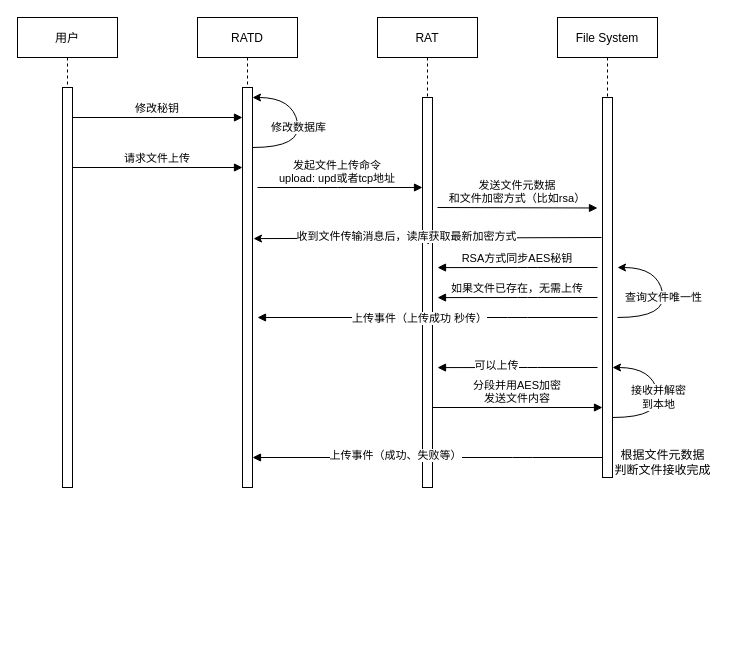
Above: draw/work/文件系统.drawio in HeisenbergV/node (draw.io), before the change. Source tidied: cells renumbered, new cells numbered last; positions are measured from the earlier drawing's top-left corner, leaving out a move shared by most shapes. Both pictures are drawn from the tidied source at 100%, with x=0, y=0 at pixel (17, 17).
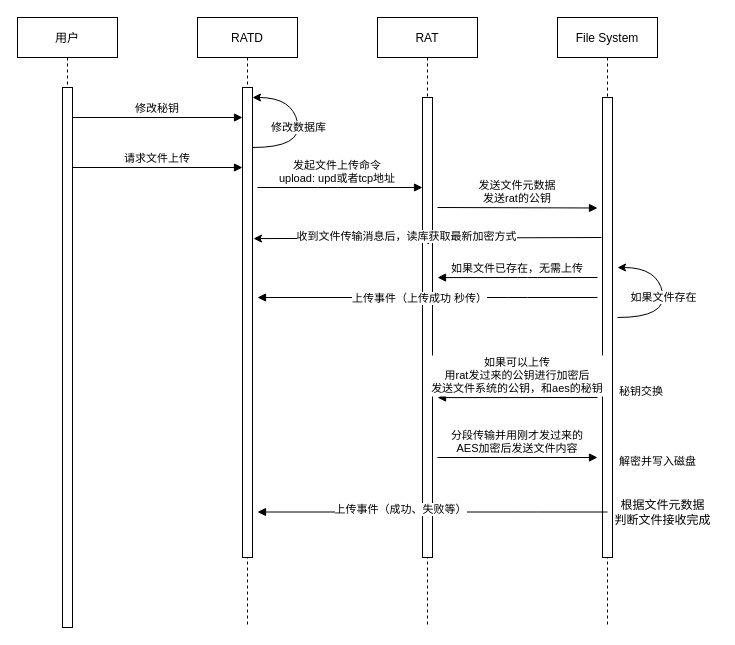
The same diagram, later.

Diff of the diagram source:
```diff
@@
-<mxGraphModel>
+<mxGraphModel background="#ffffff">
@@
     <mxCell id="2" value="RATD" style="shape=umlLifeline;perimeter=lifelinePerimeter;rounded=0;shadow=0;strokeWidth=1;" parent="1" vertex="1">
-      <mxGeometry x="180" width="100" height="470" as="geometry" />
+      <mxGeometry x="180" width="100" height="610" as="geometry" />
     </mxCell>
     <mxCell id="3" style="perimeter=orthogonalPerimeter;rounded=0;shadow=0;strokeWidth=1;" parent="2" vertex="1">
-      <mxGeometry x="45" y="70" width="10" height="400" as="geometry" />
+      <mxGeometry x="45" y="70" width="10" height="470" as="geometry" />
     </mxCell>
     <mxCell id="4" value="File System" style="shape=umlLifeline;perimeter=lifelinePerimeter;rounded=0;shadow=0;strokeWidth=1;" parent="1" vertex="1">
-      <mxGeometry x="540" width="100" height="460" as="geometry" />
+      <mxGeometry x="540" width="100" height="610" as="geometry" />
     </mxCell>
     <mxCell id="5" style="perimeter=orthogonalPerimeter;rounded=0;shadow=0;strokeWidth=1;" parent="4" vertex="1">
-      <mxGeometry x="45" y="80" width="10" height="380" as="geometry" />
+      <mxGeometry x="45" y="80" width="10" height="460" as="geometry" />
     </mxCell>
     <mxCell id="6" value="用户" style="shape=umlLifeline;perimeter=lifelinePerimeter;rounded=0;shadow=0;strokeWidth=1;" parent="1" vertex="1">
-      <mxGeometry width="100" height="470" as="geometry" />
+      <mxGeometry width="100" height="610" as="geometry" />
     </mxCell>
     <mxCell id="7" style="perimeter=orthogonalPerimeter;rounded=0;shadow=0;strokeWidth=1;" parent="6" vertex="1">
-      <mxGeometry x="45" y="70" width="10" height="400" as="geometry" />
+      <mxGeometry x="45" y="70" width="10" height="540" as="geometry" />
     </mxCell>
@@
     <mxCell id="10" value="RAT" style="shape=umlLifeline;perimeter=lifelinePerimeter;rounded=0;shadow=0;strokeWidth=1;" parent="1" vertex="1">
-      <mxGeometry x="360" width="100" height="470" as="geometry" />
+      <mxGeometry x="360" width="100" height="610" as="geometry" />
     </mxCell>
     <mxCell id="11" style="perimeter=orthogonalPerimeter;rounded=0;shadow=0;strokeWidth=1;" parent="10" vertex="1">
-      <mxGeometry x="45" y="80" width="10" height="390" as="geometry" />
+      <mxGeometry x="45" y="80" width="10" height="460" as="geometry" />
     </mxCell>
@@
-    <mxCell id="14" value="发送文件元数据&#10;和文件加密方式（比如rsa）" style="verticalAlign=bottom;endArrow=block;shadow=0;strokeWidth=1;" parent="1" edge="1">
+    <mxCell id="14" value="发送文件元数据&#10;发送rat的公钥" style="verticalAlign=bottom;endArrow=block;shadow=0;strokeWidth=1;" parent="1" edge="1">
       <mxGeometry relative="1" as="geometry">
         <mxPoint x="420" y="190" as="sourcePoint" />
         <mxPoint x="580" y="190.5" as="targetPoint" />
       </mxGeometry>
     </mxCell>
-    <mxCell id="15" value="查询文件唯一性" style="curved=1;endArrow=classic;html=1;" parent="1" edge="1">
+    <mxCell id="15" value="如果文件存在" style="curved=1;endArrow=classic;html=1;" parent="1" edge="1">
       <mxGeometry relative="1" as="geometry">
         <mxPoint x="600" y="300" as="sourcePoint" />
         <mxPoint x="600" y="250" as="targetPoint" />
         <Array as="points">
           <mxPoint x="650" y="300" />
           <mxPoint x="640" y="250" />
           <mxPoint x="600" y="250" />
         </Array>
       </mxGeometry>
     </mxCell>
     <mxCell id="16" value="如果文件已存在，无需上传" style="verticalAlign=bottom;endArrow=block;entryX=1;entryY=0.474;shadow=0;strokeWidth=1;entryDx=0;entryDy=0;entryPerimeter=0;" parent="1" edge="1">
       <mxGeometry relative="1" as="geometry">
-        <mxPoint x="580" y="280" as="sourcePoint" />
-        <mxPoint x="420" y="280.1" as="targetPoint" />
+        <mxPoint x="580" y="260" as="sourcePoint" />
+        <mxPoint x="420" y="260.1" as="targetPoint" />
         <Array as="points">
-          <mxPoint x="510" y="280" />
+          <mxPoint x="510" y="260" />
         </Array>
       </mxGeometry>
     </mxCell>
-    <mxCell id="17" value="分段并用AES加密&#10;发送文件内容" style="verticalAlign=bottom;endArrow=block;entryX=0;entryY=0;shadow=0;strokeWidth=1;" parent="1" edge="1">
+    <mxCell id="17" value="分段传输并用刚才发过来的&#10;AES加密后发送文件内容" style="verticalAlign=bottom;endArrow=block;entryX=0;entryY=0;shadow=0;strokeWidth=1;" parent="1" edge="1">
       <mxGeometry relative="1" as="geometry">
-        <mxPoint x="415" y="390" as="sourcePoint" />
-        <mxPoint x="585" y="390" as="targetPoint" />
+        <mxPoint x="420" y="440" as="sourcePoint" />
+        <mxPoint x="580" y="440" as="targetPoint" />
       </mxGeometry>
     </mxCell>
-    <mxCell id="18" value="接收并解密&lt;br&gt;到本地" style="curved=1;endArrow=classic;html=1;" parent="1" edge="1">
-      <mxGeometry relative="1" as="geometry">
-        <mxPoint x="595" y="400" as="sourcePoint" />
-        <mxPoint x="595" y="350" as="targetPoint" />
-        <Array as="points">
-          <mxPoint x="645" y="400" />
-          <mxPoint x="635" y="350" />
-          <mxPoint x="595" y="350" />
-        </Array>
-      </mxGeometry>
-    </mxCell>
     <mxCell id="19" value="根据文件元数据&lt;br&gt;判断文件接收完成" style="text;html=1;align=center;verticalAlign=middle;strokeColor=none;" parent="1" vertex="1">
-      <mxGeometry x="590" y="430" width="110" height="30" as="geometry" />
+      <mxGeometry x="590" y="480" width="110" height="30" as="geometry" />
     </mxCell>
     <mxCell id="20" style="verticalAlign=bottom;endArrow=block;shadow=0;strokeWidth=1;" parent="1" edge="1">
       <mxGeometry relative="1" as="geometry">
-        <mxPoint x="585" y="440" as="sourcePoint" />
-        <mxPoint x="235" y="440" as="targetPoint" />
+        <mxPoint x="590" y="494.5" as="sourcePoint" />
+        <mxPoint x="240" y="494.5" as="targetPoint" />
         <Array as="points">
-          <mxPoint x="505" y="440" />
+          <mxPoint x="510" y="494.5" />
         </Array>
       </mxGeometry>
     </mxCell>
@@
     <mxCell id="24" style="verticalAlign=bottom;endArrow=block;shadow=0;strokeWidth=1;" parent="1" edge="1">
       <mxGeometry relative="1" as="geometry">
-        <mxPoint x="580" y="300" as="sourcePoint" />
-        <mxPoint x="240" y="300" as="targetPoint" />
+        <mxPoint x="580" y="280" as="sourcePoint" />
+        <mxPoint x="240" y="280" as="targetPoint" />
         <Array as="points">
-          <mxPoint x="500" y="300" />
+          <mxPoint x="500" y="280" />
         </Array>
       </mxGeometry>
     </mxCell>
@@
-    <mxCell id="26" style="verticalAlign=bottom;endArrow=block;entryX=1;entryY=0.474;shadow=0;strokeWidth=1;entryDx=0;entryDy=0;entryPerimeter=0;" parent="1" edge="1">
-      <mxGeometry relative="1" as="geometry">
-        <mxPoint x="580" y="350" as="sourcePoint" />
-        <mxPoint x="420" y="350.1" as="targetPoint" />
-        <Array as="points">
-          <mxPoint x="510" y="350" />
-        </Array>
-      </mxGeometry>
-    </mxCell>
-    <mxCell id="27" value="可以上传" style="edgeLabel;html=1;align=center;verticalAlign=middle;" parent="26" vertex="1">
-      <mxGeometry x="0.26" y="-3" relative="1" as="geometry" />
-    </mxCell>
-    <mxCell id="28" value="RSA方式同步AES秘钥" style="verticalAlign=bottom;endArrow=block;entryX=1;entryY=0.474;shadow=0;strokeWidth=1;entryDx=0;entryDy=0;entryPerimeter=0;" parent="1" edge="1">
+    <mxCell id="28" value="如果可以上传&#10;用rat发过来的公钥进行加密后&#10;发送文件系统的公钥，和aes的秘钥" style="verticalAlign=bottom;endArrow=block;entryX=1;entryY=0.474;shadow=0;strokeWidth=1;entryDx=0;entryDy=0;entryPerimeter=0;" parent="1" edge="1">
       <mxGeometry relative="1" as="geometry">
-        <mxPoint x="580" y="250" as="sourcePoint" />
-        <mxPoint x="420" y="250.1" as="targetPoint" />
-        <Array as="points">
-          <mxPoint x="510" y="250" />
-        </Array>
+        <mxPoint x="580" y="380" as="sourcePoint" />
+        <mxPoint x="420" y="380.1" as="targetPoint" />
       </mxGeometry>
     </mxCell>
+    <mxCell id="29" value="&lt;span style=&quot;color: rgb(0, 0, 0); font-family: helvetica; font-size: 11px; font-style: normal; font-weight: 400; letter-spacing: normal; text-align: center; text-indent: 0px; text-transform: none; word-spacing: 0px; background-color: rgb(255, 255, 255); display: inline; float: none;&quot;&gt;秘钥交换&lt;/span&gt;" style="text;whiteSpace=wrap;html=1;" parent="1" vertex="1">
+      <mxGeometry x="600" y="360" width="70" height="30" as="geometry" />
+    </mxCell>
+    <mxCell id="30" value="&lt;span style=&quot;color: rgb(0, 0, 0); font-family: helvetica; font-size: 11px; font-style: normal; font-weight: 400; letter-spacing: normal; text-align: center; text-indent: 0px; text-transform: none; word-spacing: 0px; background-color: rgb(255, 255, 255); display: inline; float: none;&quot;&gt;解密并写入磁盘&lt;/span&gt;" style="text;whiteSpace=wrap;html=1;" parent="1" vertex="1">
+      <mxGeometry x="600" y="430" width="100" height="30" as="geometry" />
+    </mxCell>
```
